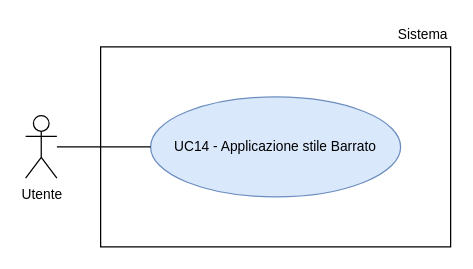
Earlier version of the draw.io diagram RTB/doc_esterna/analisi-dei-requisiti/assets/draw.io/UC14.drawio (thebitless-group-swe/thebitless.github.io). Source tidied: cells renumbered, new cells numbered last; positions are measured from the earlier drawing's top-left corner, leaving out a move shared by most shapes. Both pictures are drawn from the tidied source at 125%, with x=0, y=0 at pixel (25, 21).
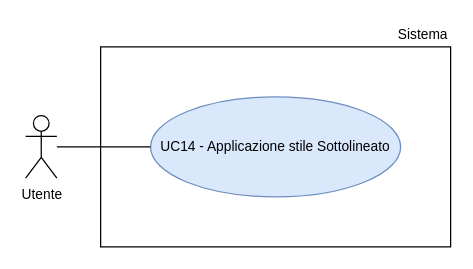
Above is the later version.

The edit, as a diff of the source:
```diff
@@
 <mxGraphModel>
   <root>
     <mxCell id="0" />
     <mxCell id="1" parent="0" />
     <mxCell id="2" value="Utente" style="shape=umlActor;verticalLabelPosition=bottom;verticalAlign=top;html=1;outlineConnect=0;fontSize=11;" parent="1" vertex="1">
       <mxGeometry y="75" width="25" height="50" as="geometry" />
     </mxCell>
     <mxCell id="3" style="rounded=0;whiteSpace=wrap;html=1;strokeWidth=1;" parent="1" vertex="1">
       <mxGeometry x="60" y="20" width="280" height="160" as="geometry" />
     </mxCell>
     <mxCell id="4" value="Sistema" style="text;html=1;whiteSpace=wrap;strokeColor=none;fillColor=none;align=right;verticalAlign=middle;fontSize=11;" parent="1" vertex="1">
       <mxGeometry x="270" width="70" height="20" as="geometry" />
     </mxCell>
-    <mxCell id="5" value="UC14 - Applicazione stile Barrato" style="ellipse;whiteSpace=wrap;html=1;fillColor=#dae8fc;strokeColor=#6c8ebf;fontSize=11;" parent="1" vertex="1">
+    <mxCell id="5" value="UC14 - Applicazione stile Sottolineato" style="ellipse;whiteSpace=wrap;html=1;fillColor=#dae8fc;strokeColor=#6c8ebf;fontSize=11;" parent="1" vertex="1">
       <mxGeometry x="100" y="60" width="200" height="80" as="geometry" />
     </mxCell>
     <mxCell id="6" style="edgeStyle=none;rounded=0;jettySize=auto;html=1;endArrow=none;endFill=0;" parent="1" edge="1" source="2" target="5">
       <mxGeometry relative="1" as="geometry" />
     </mxCell>
   </root>
 </mxGraphModel>
```
